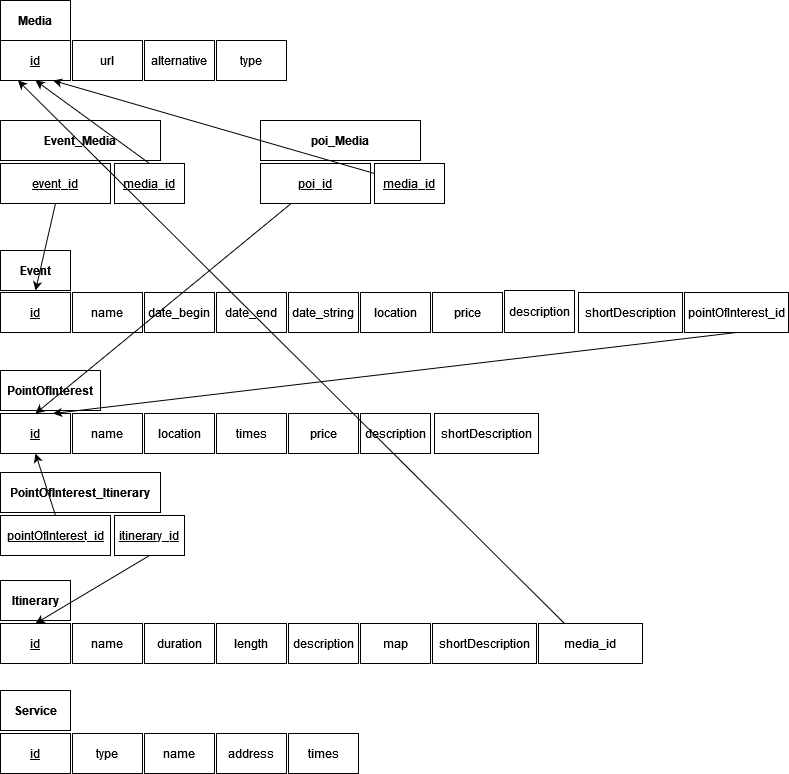
Before: Design-part/RelationalSchema.png, a diagram exported from draw.io (SebastianCastellano/Hypermedia-Project). Source tidied: cells renumbered, new cells last; positions are measured from the earlier drawing's top-left corner, leaving out a move shared by most shapes.
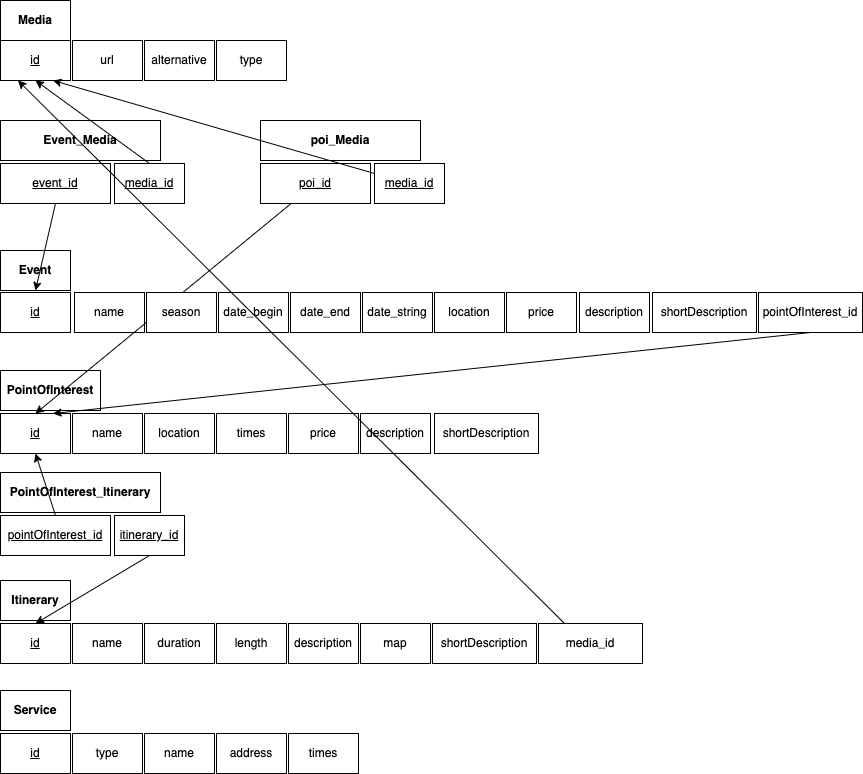
The same file after the commit.

Commit message:
update excel and db schemas

The edit, as a diff of the source:
```diff
@@ -9,25 +9,22 @@
       <mxGeometry y="292" width="70" height="40" as="geometry" />
     </mxCell>
     <mxCell id="4" value="name" style="rounded=0;whiteSpace=wrap;html=1;" parent="1" vertex="1">
-      <mxGeometry x="72" y="292" width="70" height="40" as="geometry" />
+      <mxGeometry x="74" y="292" width="70" height="40" as="geometry" />
     </mxCell>
     <mxCell id="5" value="date_begin" style="rounded=0;whiteSpace=wrap;html=1;" parent="1" vertex="1">
-      <mxGeometry x="144" y="292" width="70" height="40" as="geometry" />
+      <mxGeometry x="218" y="292" width="70" height="40" as="geometry" />
     </mxCell>
     <mxCell id="6" value="location" style="rounded=0;whiteSpace=wrap;html=1;" parent="1" vertex="1">
-      <mxGeometry x="360" y="292" width="70" height="40" as="geometry" />
+      <mxGeometry x="434" y="292" width="70" height="40" as="geometry" />
     </mxCell>
     <mxCell id="7" value="price" style="rounded=0;whiteSpace=wrap;html=1;" parent="1" vertex="1">
-      <mxGeometry x="432" y="292" width="70" height="40" as="geometry" />
+      <mxGeometry x="506" y="292" width="70" height="40" as="geometry" />
     </mxCell>
-    <mxCell id="8" value="description" style="rounded=0;whiteSpace=wrap;html=1;" parent="1" vertex="1">
-      <mxGeometry x="504" y="290" width="70" height="42" as="geometry" />
-    </mxCell>
     <mxCell id="9" value="shortDescription" style="rounded=0;whiteSpace=wrap;html=1;" parent="1" vertex="1">
-      <mxGeometry x="578" y="292" width="104" height="40" as="geometry" />
+      <mxGeometry x="652" y="292" width="104" height="40" as="geometry" />
     </mxCell>
     <mxCell id="10" value="pointOfInterest_id" style="rounded=0;whiteSpace=wrap;html=1;" parent="1" vertex="1">
-      <mxGeometry x="684" y="292" width="104" height="40" as="geometry" />
+      <mxGeometry x="758" y="292" width="104" height="40" as="geometry" />
     </mxCell>
     <mxCell id="11" value="PointOfInterest" style="rounded=0;whiteSpace=wrap;html=1;fontStyle=1;" parent="1" vertex="1">
       <mxGeometry y="370" width="100" height="40" as="geometry" />
@@ -162,13 +159,19 @@
       <mxGeometry x="538" y="623" width="104" height="40" as="geometry" />
     </mxCell>
     <mxCell id="55" value="date_end" style="rounded=0;whiteSpace=wrap;html=1;" parent="1" vertex="1">
-      <mxGeometry x="216" y="292" width="70" height="40" as="geometry" />
+      <mxGeometry x="290" y="292" width="70" height="40" as="geometry" />
     </mxCell>
     <mxCell id="56" value="date_string" style="rounded=0;whiteSpace=wrap;html=1;" parent="1" vertex="1">
-      <mxGeometry x="288" y="292" width="70" height="40" as="geometry" />
+      <mxGeometry x="362" y="292" width="70" height="40" as="geometry" />
     </mxCell>
     <mxCell id="57" style="endArrow=classic;html=1;rounded=0;entryX=0.25;entryY=1;entryDx=0;entryDy=0;exitX=0.25;exitY=0;exitDx=0;exitDy=0;" parent="1" edge="1" source="54" target="40">
       <mxGeometry relative="1" as="geometry" />
     </mxCell>
+    <mxCell id="58" value="season" style="rounded=0;whiteSpace=wrap;html=1;" parent="1" vertex="1">
+      <mxGeometry x="146" y="292" width="70" height="40" as="geometry" />
+    </mxCell>
+    <mxCell id="8" value="description" style="rounded=0;whiteSpace=wrap;html=1;" parent="1" vertex="1">
+      <mxGeometry x="579" y="292" width="70" height="40" as="geometry" />
+    </mxCell>
   </root>
 </mxGraphModel>
```
